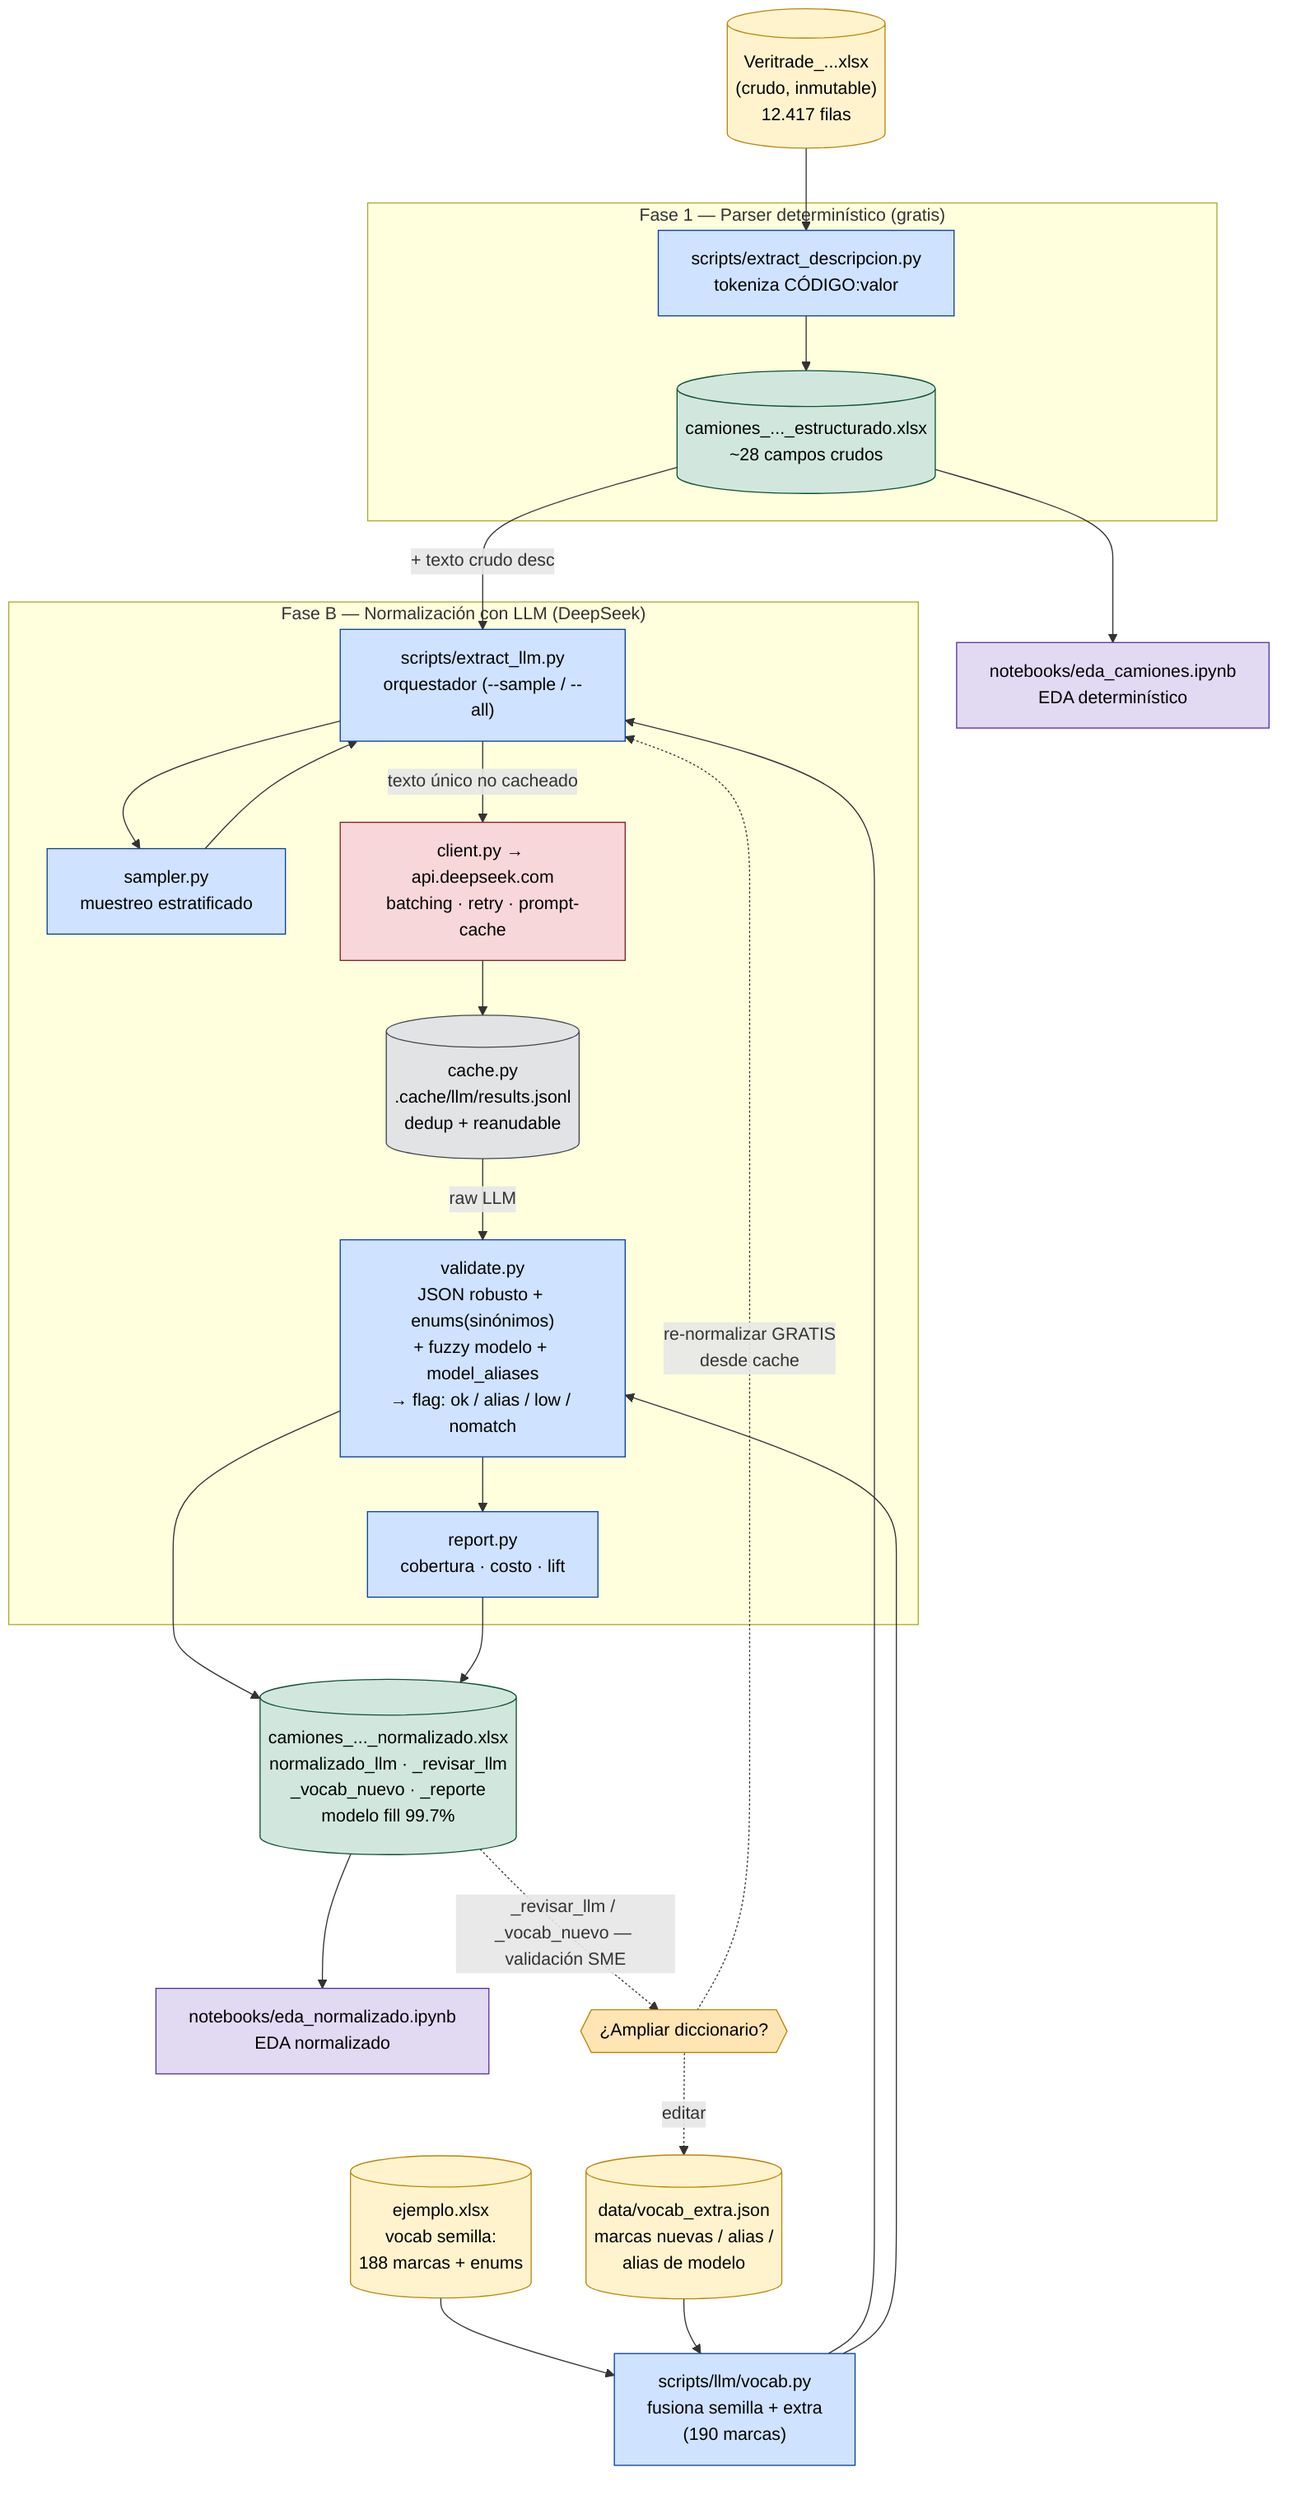
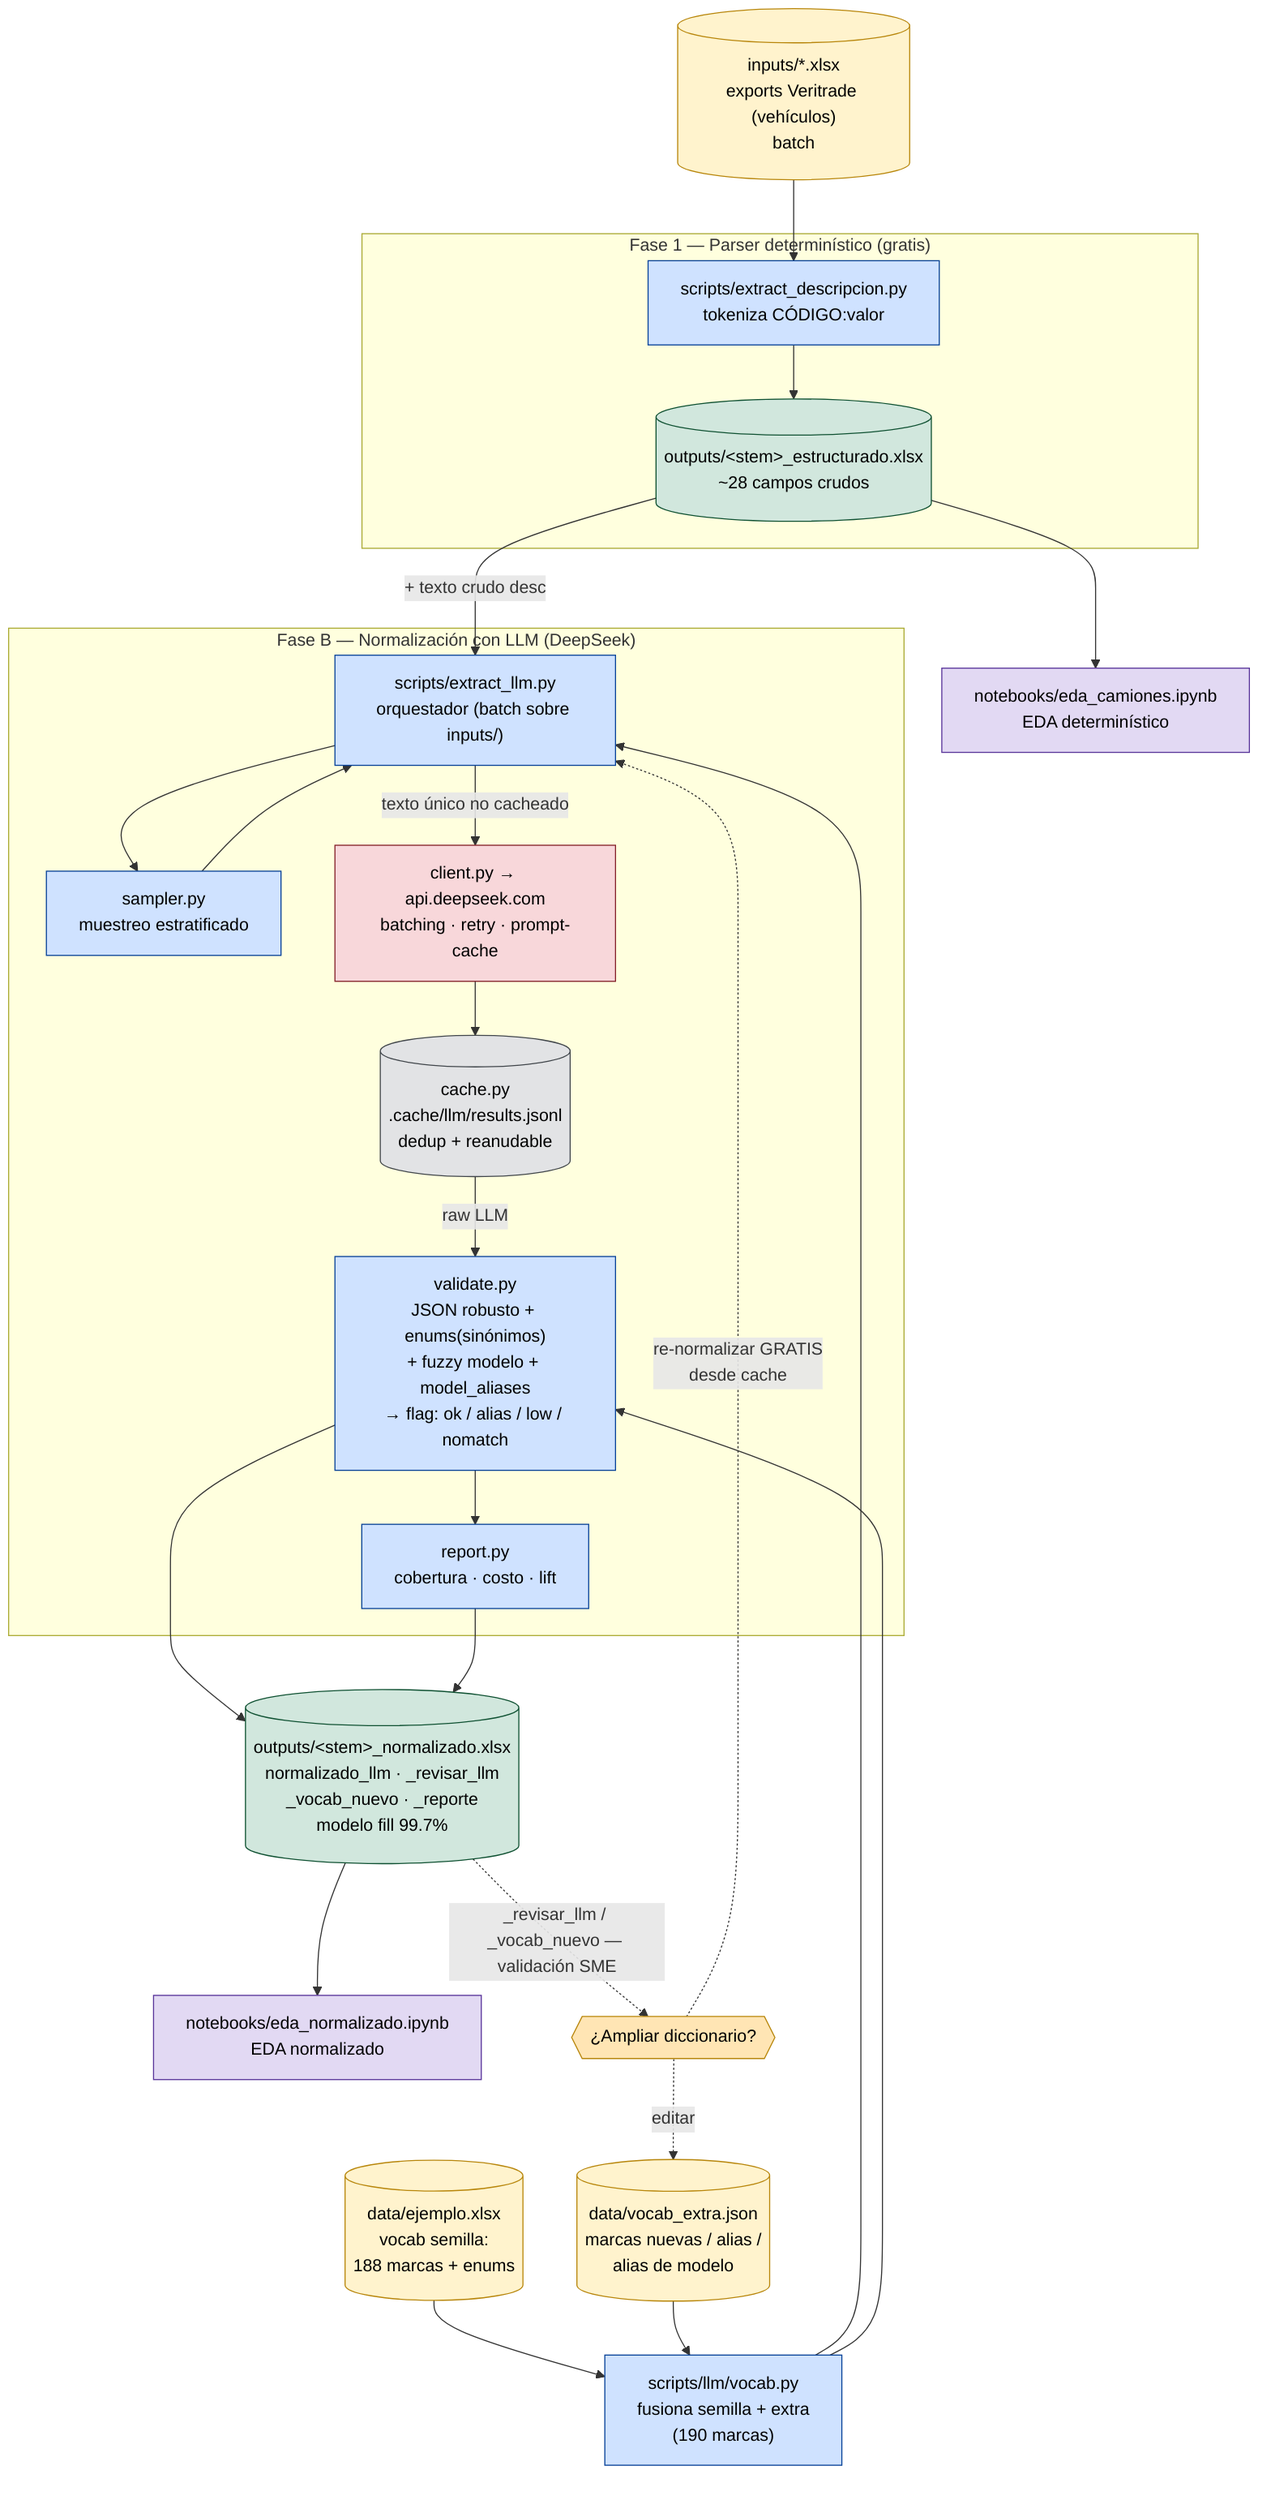
%% Flujo de extracción estructurada — Veritrade camiones (partida 8704229000)
%% Render: https://mermaid.live  o  mmdc -i docs/flujo.mmd -o docs/flujo.svg
flowchart TD
-     RAW[("Veritrade_...xlsx<br/>(crudo, inmutable)<br/>12.417 filas")]:::input
+     RAW[("inputs/*.xlsx<br/>exports Veritrade (vehículos)<br/>batch")]:::input

    %% ---------- Fase 1: parser determinístico ----------
    subgraph V1["Fase 1 — Parser determinístico (gratis)"]
        EXTRACT["scripts/extract_descripcion.py<br/>tokeniza CÓDIGO:valor"]:::script
-         ESTR[("camiones_..._estructurado.xlsx<br/>~28 campos crudos")]:::output
+         ESTR[("outputs/&lt;stem&gt;_estructurado.xlsx<br/>~28 campos crudos")]:::output
        EXTRACT --> ESTR
    end
    RAW --> EXTRACT

    EDA1["notebooks/eda_camiones.ipynb<br/>EDA determinístico"]:::nb
    ESTR --> EDA1

    %% ---------- Vocabulario ----------
-     EJ[("ejemplo.xlsx<br/>vocab semilla:<br/>188 marcas + enums")]:::input
+     EJ[("data/ejemplo.xlsx<br/>vocab semilla:<br/>188 marcas + enums")]:::input
    VX[("data/vocab_extra.json<br/>marcas nuevas / alias /<br/>alias de modelo")]:::input
    VOCAB["scripts/llm/vocab.py<br/>fusiona semilla + extra<br/>(190 marcas)"]:::script
    EJ --> VOCAB
    VX --> VOCAB

    %% ---------- Fase B: LLM ----------
    subgraph FB["Fase B — Normalización con LLM (DeepSeek)"]
-         ORq["scripts/extract_llm.py<br/>orquestador (--sample / --all)"]:::script
+         ORq["scripts/extract_llm.py<br/>orquestador (batch sobre inputs/)"]:::script
        SAMP["sampler.py<br/>muestreo estratificado"]:::script
        CACHE[("cache.py<br/>.cache/llm/results.jsonl<br/>dedup + reanudable")]:::cache
        CLIENT["client.py → api.deepseek.com<br/>batching · retry · prompt-cache"]:::ext
        VAL["validate.py<br/>JSON robusto + enums(sinónimos)<br/>+ fuzzy modelo + model_aliases<br/>→ flag: ok / alias / low / nomatch"]:::script
        REP["report.py<br/>cobertura · costo · lift"]:::script

        ORq --> SAMP --> ORq
        ORq -->|texto único no cacheado| CLIENT
        CLIENT --> CACHE
        CACHE -->|raw LLM| VAL
        VAL --> REP
    end
    ESTR -->|+ texto crudo desc| ORq
    VOCAB --> ORq
    VOCAB --> VAL

-     NORM[("camiones_..._normalizado.xlsx<br/>normalizado_llm · _revisar_llm<br/>_vocab_nuevo · _reporte<br/>modelo fill 99.7%")]:::output
+     NORM[("outputs/&lt;stem&gt;_normalizado.xlsx<br/>normalizado_llm · _revisar_llm<br/>_vocab_nuevo · _reporte<br/>modelo fill 99.7%")]:::output
    VAL --> NORM
    REP --> NORM

    EDA2["notebooks/eda_normalizado.ipynb<br/>EDA normalizado"]:::nb
    NORM --> EDA2

    %% ---------- Loop de curación ----------
    NORM -.->|"_revisar_llm / _vocab_nuevo — validación SME"| CURA{{"¿Ampliar diccionario?"}}:::decision
    CURA -.->|editar| VX
    CURA -.->|re-normalizar GRATIS<br/>desde cache| ORq

    classDef input fill:#FFF3CD,stroke:#B8860B,color:#000
    classDef output fill:#D1E7DD,stroke:#0F5132,color:#000
    classDef script fill:#CFE2FF,stroke:#084298,color:#000
    classDef nb fill:#E2D9F3,stroke:#59359A,color:#000
    classDef cache fill:#E2E3E5,stroke:#41464B,color:#000
    classDef ext fill:#F8D7DA,stroke:#842029,color:#000
    classDef decision fill:#FFE5B4,stroke:#B8860B,color:#000
